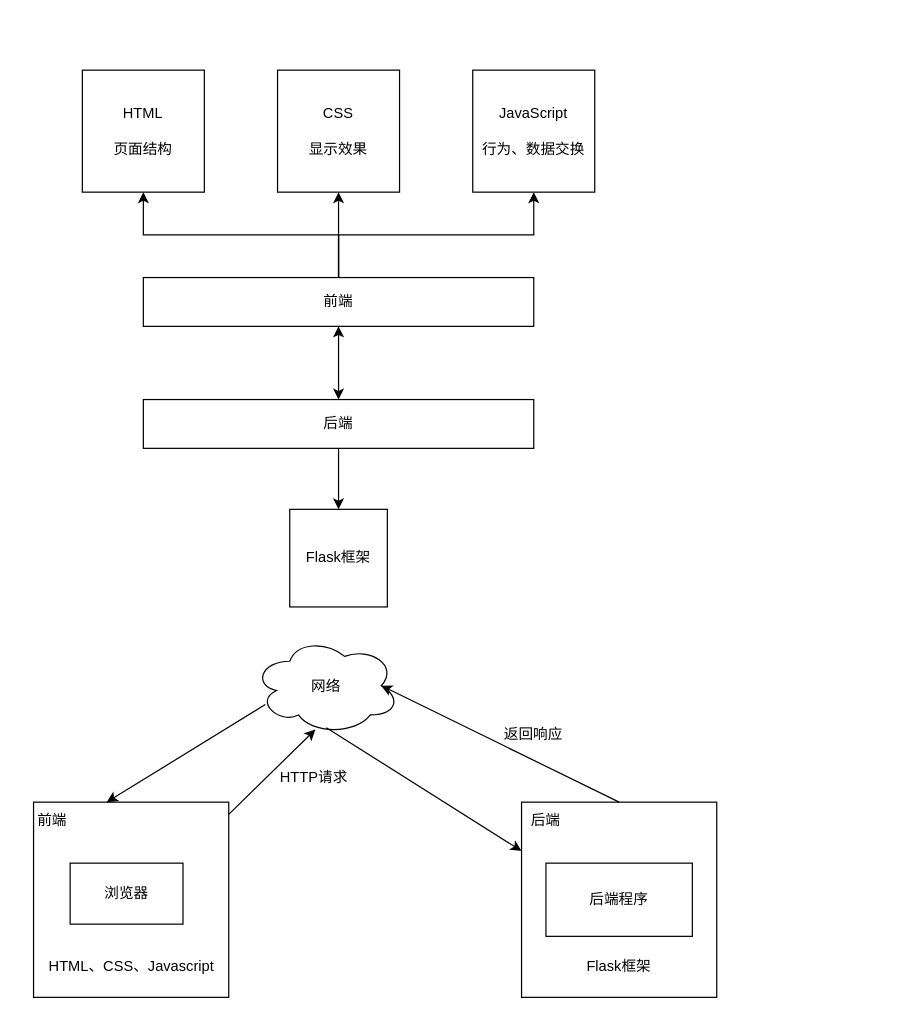
WHUT-LHT/hello-world keeps this draw.io diagram as 技术栈.drawio. Above is the earlier version. Source tidied: cells renumbered, new cells numbered last; positions are measured from the earlier drawing's top-left corner, leaving out a move shared by most shapes. Both pictures are drawn from the tidied source at 122%, with x=0, y=0 at pixel (21, 70).
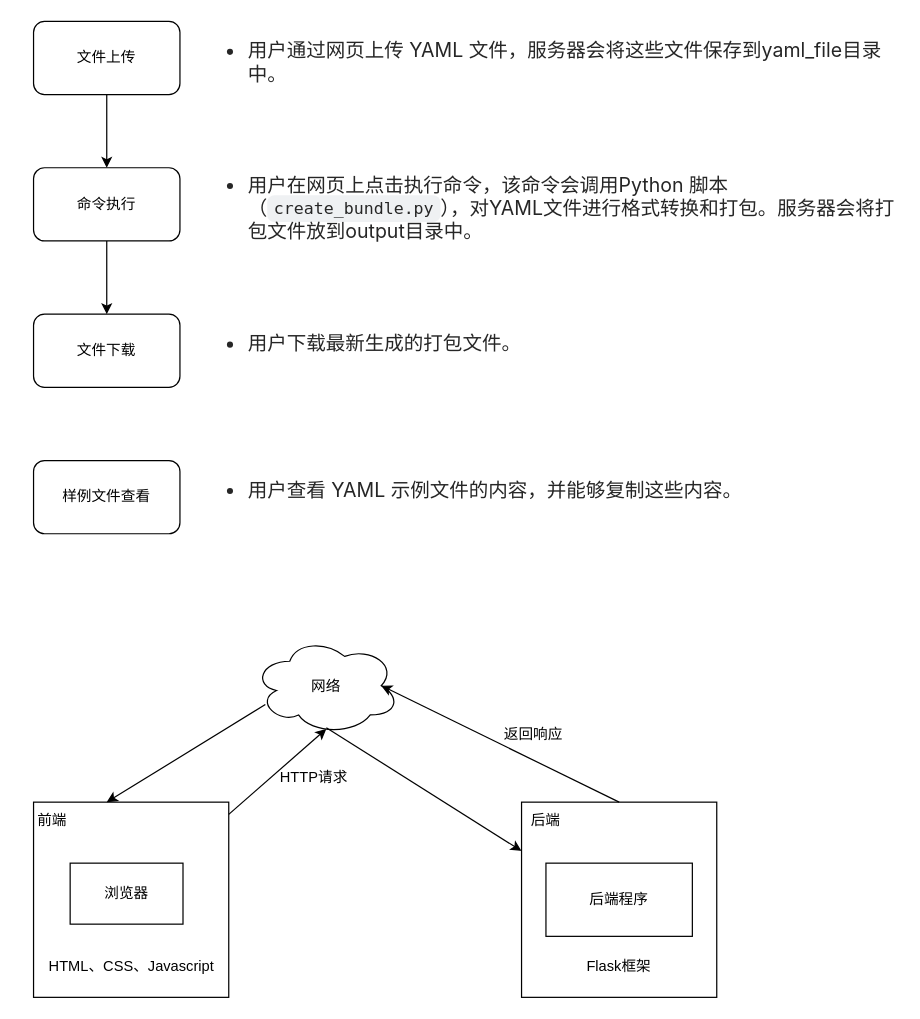
The same diagram, later.

Commit message (it also covers changes not shown here):
更新技术栈.drawio

Unchanged cells that the change refers to:
```xml
<mxCell id="17" value="网络" style="ellipse;shape=cloud;whiteSpace=wrap;html=1;" parent="1" vertex="1">
  <mxGeometry x="190" y="464.5" width="120" height="80" as="geometry" />
</mxCell>
```

What changed in the source:
```diff
@@
-    <mxCell id="2" value="HTML&lt;div&gt;&lt;br&gt;页面结构&lt;/div&gt;" style="whiteSpace=wrap;html=1;" parent="1" vertex="1">
-      <mxGeometry x="50" width="100" height="100" as="geometry" />
-    </mxCell>
-    <mxCell id="3" value="CSS&lt;div&gt;&lt;br&gt;&lt;div&gt;显示效果&lt;/div&gt;&lt;/div&gt;" style="whiteSpace=wrap;html=1;" parent="1" vertex="1">
-      <mxGeometry x="210" width="100" height="100" as="geometry" />
-    </mxCell>
-    <mxCell id="4" value="JavaScript&lt;div&gt;&lt;br&gt;&lt;div&gt;行为、数据交换&lt;/div&gt;&lt;/div&gt;" style="whiteSpace=wrap;html=1;" parent="1" vertex="1">
-      <mxGeometry x="370" width="100" height="100" as="geometry" />
-    </mxCell>
-    <mxCell id="5" style="edgeStyle=orthogonalEdgeStyle;rounded=0;jettySize=auto;html=1;entryX=0.5;entryY=1;entryDx=0;entryDy=0;" parent="1" edge="1" source="6" target="3">
-      <mxGeometry relative="1" as="geometry" />
-    </mxCell>
-    <mxCell id="6" value="前端" style="rounded=0;whiteSpace=wrap;html=1;" parent="1" vertex="1">
-      <mxGeometry x="100" y="170" width="320" height="40" as="geometry" />
-    </mxCell>
-    <mxCell id="7" style="endArrow=classic;html=1;rounded=0;exitX=0.5;exitY=0;exitDx=0;exitDy=0;entryX=0.5;entryY=1;entryDx=0;entryDy=0;edgeStyle=orthogonalEdgeStyle;" parent="1" edge="1" source="6" target="2">
-      <mxGeometry relative="1" as="geometry" />
-    </mxCell>
-    <mxCell id="8" style="endArrow=classic;html=1;rounded=0;entryX=0.5;entryY=1;entryDx=0;entryDy=0;exitX=0.5;exitY=0;exitDx=0;exitDy=0;edgeStyle=orthogonalEdgeStyle;" parent="1" edge="1" source="6" target="4">
-      <mxGeometry relative="1" as="geometry" />
-    </mxCell>
-    <mxCell id="9" value="后端" style="rounded=0;whiteSpace=wrap;html=1;" parent="1" vertex="1">
-      <mxGeometry x="100" y="270" width="320" height="40" as="geometry" />
-    </mxCell>
-    <mxCell id="10" style="endArrow=classic;startArrow=classic;html=1;rounded=0;exitX=0.5;exitY=0;exitDx=0;exitDy=0;" parent="1" edge="1" source="9">
-      <mxGeometry relative="1" as="geometry">
-        <mxPoint x="260" y="210" as="targetPoint" />
-      </mxGeometry>
-    </mxCell>
-    <mxCell id="11" value="Flask框架" style="whiteSpace=wrap;html=1;" parent="1" vertex="1">
-      <mxGeometry x="220" y="360" width="80" height="80" as="geometry" />
-    </mxCell>
-    <mxCell id="12" style="endArrow=classic;html=1;rounded=0;entryX=0.5;entryY=0;entryDx=0;entryDy=0;" parent="1" edge="1" target="11">
-      <mxGeometry relative="1" as="geometry">
-        <mxPoint x="260" y="310" as="sourcePoint" />
-      </mxGeometry>
-    </mxCell>
@@
-    <mxCell id="18" style="endArrow=classic;html=1;rounded=0;entryX=0.425;entryY=0.95;entryDx=0;entryDy=0;entryPerimeter=0;" parent="1" edge="1" target="17">
+    <mxCell id="18" style="endArrow=classic;html=1;rounded=0;" parent="1" edge="1">
       <mxGeometry relative="1" as="geometry">
         <mxPoint x="170" y="610" as="sourcePoint" />
+        <mxPoint x="250" y="540" as="targetPoint" />
       </mxGeometry>
     </mxCell>
@@
+    <mxCell id="28" style="edgeStyle=orthogonalEdgeStyle;rounded=0;jettySize=auto;html=1;exitX=0.5;exitY=1;exitDx=0;exitDy=0;entryX=0.5;entryY=0;entryDx=0;entryDy=0;" parent="1" edge="1" source="29" target="31">
+      <mxGeometry relative="1" as="geometry" />
+    </mxCell>
+    <mxCell id="29" value="文件上传" style="rounded=1;whiteSpace=wrap;html=1;" parent="1" vertex="1">
+      <mxGeometry x="10" y="-40" width="120" height="60" as="geometry" />
+    </mxCell>
+    <mxCell id="30" style="edgeStyle=orthogonalEdgeStyle;rounded=0;jettySize=auto;html=1;exitX=0.5;exitY=1;exitDx=0;exitDy=0;entryX=0.5;entryY=0;entryDx=0;entryDy=0;" parent="1" edge="1" source="31" target="32">
+      <mxGeometry relative="1" as="geometry" />
+    </mxCell>
+    <mxCell id="31" value="命令执行" style="rounded=1;whiteSpace=wrap;html=1;" parent="1" vertex="1">
+      <mxGeometry x="10" y="80" width="120" height="60" as="geometry" />
+    </mxCell>
+    <mxCell id="32" value="文件下载" style="rounded=1;whiteSpace=wrap;html=1;" parent="1" vertex="1">
+      <mxGeometry x="10" y="200" width="120" height="60" as="geometry" />
+    </mxCell>
+    <mxCell id="33" value="&lt;ul style=&quot;forced-color-adjust: none; color: rgb(38, 38, 38); font-family: -apple-system, &amp;quot;system-ui&amp;quot;, &amp;quot;Helvetica Neue&amp;quot;, Tahoma, &amp;quot;PingFang SC&amp;quot;, &amp;quot;Microsoft Yahei&amp;quot;, Arial, &amp;quot;Hiragino Sans GB&amp;quot;, sans-serif, &amp;quot;Apple Color Emoji&amp;quot;, &amp;quot;Segoe UI Emoji&amp;quot;, &amp;quot;Segoe UI Symbol&amp;quot;, &amp;quot;Noto Color Emoji&amp;quot;; font-size: 16px; font-style: normal; font-variant-ligatures: normal; font-variant-caps: normal; font-weight: 400; letter-spacing: normal; orphans: 2; text-align: left; text-indent: 0px; text-transform: none; widows: 2; word-spacing: 0px; -webkit-text-stroke-width: 0px; white-space: normal; background-color: rgb(255, 255, 255); text-decoration-thickness: initial; text-decoration-style: initial; text-decoration-color: initial; box-sizing: border-box; --tw-border-spacing-x: 0; --tw-border-spacing-y: 0; --tw-translate-x: 0; --tw-translate-y: 0; --tw-rotate: 0; --tw-skew-x: 0; --tw-skew-y: 0; --tw-scale-x: 1; --tw-scale-y: 1; --tw-scroll-snap-strictness: proximity; --tw-ring-offset-width: 0px; --tw-ring-offset-color: #fff; --tw-ring-color: rgba(59,130,246,.5); --tw-ring-offset-shadow: 0 0 transparent; --tw-ring-shadow: 0 0 transparent; --tw-shadow: 0 0 transparent; --tw-shadow-colored: 0 0 transparent; list-style-type: disc; margin: 0px; padding: 0px 0px 0px 1.5em;&quot;&gt;&lt;li style=&quot;forced-color-adjust: none; box-sizing: border-box; --tw-border-spacing-x: 0; --tw-border-spacing-y: 0; --tw-translate-x: 0; --tw-translate-y: 0; --tw-rotate: 0; --tw-skew-x: 0; --tw-skew-y: 0; --tw-scale-x: 1; --tw-scale-y: 1; --tw-scroll-snap-strictness: proximity; --tw-ring-offset-width: 0px; --tw-ring-offset-color: #fff; --tw-ring-color: rgba(59,130,246,.5); --tw-ring-offset-shadow: 0 0 transparent; --tw-ring-shadow: 0 0 transparent; --tw-shadow: 0 0 transparent; --tw-shadow-colored: 0 0 transparent; margin: 8px 0px; padding: 0px;&quot;&gt;用户通过网页上传 YAML 文件，服务器会将这些文件保存到yaml_file目录中。&lt;/li&gt;&lt;/ul&gt;" style="text;whiteSpace=wrap;html=1;" parent="1" vertex="1">
+      <mxGeometry x="160" y="-40" width="560" height="80" as="geometry" />
+    </mxCell>
+    <mxCell id="34" value="&lt;ul style=&quot;box-sizing: border-box; --tw-border-spacing-x: 0; --tw-border-spacing-y: 0; --tw-translate-x: 0; --tw-translate-y: 0; --tw-rotate: 0; --tw-skew-x: 0; --tw-skew-y: 0; --tw-scale-x: 1; --tw-scale-y: 1; --tw-scroll-snap-strictness: proximity; --tw-ring-offset-width: 0px; --tw-ring-offset-color: #fff; --tw-ring-color: rgba(59,130,246,.5); --tw-ring-offset-shadow: 0 0 transparent; --tw-ring-shadow: 0 0 transparent; --tw-shadow: 0 0 transparent; --tw-shadow-colored: 0 0 transparent; list-style-type: disc; margin: 0px; padding: 0px 0px 0px 1.5em; white-space: normal; color: rgb(38, 38, 38); font-family: -apple-system, &amp;quot;system-ui&amp;quot;, &amp;quot;Helvetica Neue&amp;quot;, Tahoma, &amp;quot;PingFang SC&amp;quot;, &amp;quot;Microsoft Yahei&amp;quot;, Arial, &amp;quot;Hiragino Sans GB&amp;quot;, sans-serif, &amp;quot;Apple Color Emoji&amp;quot;, &amp;quot;Segoe UI Emoji&amp;quot;, &amp;quot;Segoe UI Symbol&amp;quot;, &amp;quot;Noto Color Emoji&amp;quot;; font-size: 16px; font-style: normal; font-variant-ligatures: normal; font-variant-caps: normal; font-weight: 400; letter-spacing: normal; orphans: 2; text-align: left; text-indent: 0px; text-transform: none; widows: 2; word-spacing: 0px; -webkit-text-stroke-width: 0px; background-color: rgb(255, 255, 255); text-decoration-thickness: initial; text-decoration-style: initial; text-decoration-color: initial;&quot;&gt;&lt;li style=&quot;box-sizing: border-box; --tw-border-spacing-x: 0; --tw-border-spacing-y: 0; --tw-translate-x: 0; --tw-translate-y: 0; --tw-rotate: 0; --tw-skew-x: 0; --tw-skew-y: 0; --tw-scale-x: 1; --tw-scale-y: 1; --tw-scroll-snap-strictness: proximity; --tw-ring-offset-width: 0px; --tw-ring-offset-color: #fff; --tw-ring-color: rgba(59,130,246,.5); --tw-ring-offset-shadow: 0 0 transparent; --tw-ring-shadow: 0 0 transparent; --tw-shadow: 0 0 transparent; --tw-shadow-colored: 0 0 transparent; margin: 8px 0px; padding: 0px;&quot;&gt;用户在网页上点击执行命令，该命令会调用Python 脚本（&lt;code style=&quot;box-sizing: border-box; --tw-border-spacing-x: 0; --tw-border-spacing-y: 0; --tw-translate-x: 0; --tw-translate-y: 0; --tw-rotate: 0; --tw-skew-x: 0; --tw-skew-y: 0; --tw-scale-x: 1; --tw-scale-y: 1; --tw-scroll-snap-strictness: proximity; --tw-ring-offset-width: 0px; --tw-ring-offset-color: #fff; --tw-ring-color: rgba(59,130,246,.5); --tw-ring-offset-shadow: 0 0 transparent; --tw-ring-shadow: 0 0 transparent; --tw-shadow: 0 0 transparent; --tw-shadow-colored: 0 0 transparent; margin: 0px; padding: 0.2em 0.4em; font-family: ui-monospace, SFMono-Regular, &amp;quot;SF Mono&amp;quot;, Menlo, Consolas, &amp;quot;Liberation Mono&amp;quot;, monospace; font-size: 13.6px; background-color: rgba(175, 184, 193, 0.2); border-radius: 6px;&quot;&gt;create_bundle.py&lt;/code&gt;），对YAML文件进行格式转换和打包。服务器会将打包文件放到output目录中。&lt;/li&gt;&lt;/ul&gt;" style="text;whiteSpace=wrap;html=1;" parent="1" vertex="1">
+      <mxGeometry x="160" y="70" width="560" height="100" as="geometry" />
+    </mxCell>
+    <mxCell id="35" value="&lt;ul style=&quot;box-sizing: border-box; --tw-border-spacing-x: 0; --tw-border-spacing-y: 0; --tw-translate-x: 0; --tw-translate-y: 0; --tw-rotate: 0; --tw-skew-x: 0; --tw-skew-y: 0; --tw-scale-x: 1; --tw-scale-y: 1; --tw-scroll-snap-strictness: proximity; --tw-ring-offset-width: 0px; --tw-ring-offset-color: #fff; --tw-ring-color: rgba(59,130,246,.5); --tw-ring-offset-shadow: 0 0 transparent; --tw-ring-shadow: 0 0 transparent; --tw-shadow: 0 0 transparent; --tw-shadow-colored: 0 0 transparent; list-style-type: disc; margin: 0px; padding: 0px 0px 0px 1.5em; white-space: normal; color: rgb(38, 38, 38); font-family: -apple-system, &amp;quot;system-ui&amp;quot;, &amp;quot;Helvetica Neue&amp;quot;, Tahoma, &amp;quot;PingFang SC&amp;quot;, &amp;quot;Microsoft Yahei&amp;quot;, Arial, &amp;quot;Hiragino Sans GB&amp;quot;, sans-serif, &amp;quot;Apple Color Emoji&amp;quot;, &amp;quot;Segoe UI Emoji&amp;quot;, &amp;quot;Segoe UI Symbol&amp;quot;, &amp;quot;Noto Color Emoji&amp;quot;; font-size: 16px; font-style: normal; font-variant-ligatures: normal; font-variant-caps: normal; font-weight: 400; letter-spacing: normal; orphans: 2; text-align: left; text-indent: 0px; text-transform: none; widows: 2; word-spacing: 0px; -webkit-text-stroke-width: 0px; background-color: rgb(255, 255, 255); text-decoration-thickness: initial; text-decoration-style: initial; text-decoration-color: initial;&quot;&gt;&lt;li style=&quot;box-sizing: border-box; --tw-border-spacing-x: 0; --tw-border-spacing-y: 0; --tw-translate-x: 0; --tw-translate-y: 0; --tw-rotate: 0; --tw-skew-x: 0; --tw-skew-y: 0; --tw-scale-x: 1; --tw-scale-y: 1; --tw-scroll-snap-strictness: proximity; --tw-ring-offset-width: 0px; --tw-ring-offset-color: #fff; --tw-ring-color: rgba(59,130,246,.5); --tw-ring-offset-shadow: 0 0 transparent; --tw-ring-shadow: 0 0 transparent; --tw-shadow: 0 0 transparent; --tw-shadow-colored: 0 0 transparent; margin: 8px 0px; padding: 0px;&quot;&gt;用户下载最新生成的打包文件。&lt;/li&gt;&lt;/ul&gt;" style="text;whiteSpace=wrap;html=1;" parent="1" vertex="1">
+      <mxGeometry x="160" y="200" width="560" height="80" as="geometry" />
+    </mxCell>
+    <mxCell id="36" value="样例文件查看" style="rounded=1;whiteSpace=wrap;html=1;" parent="1" vertex="1">
+      <mxGeometry x="10" y="320" width="120" height="60" as="geometry" />
+    </mxCell>
+    <mxCell id="37" value="&lt;ul style=&quot;box-sizing: border-box; --tw-border-spacing-x: 0; --tw-border-spacing-y: 0; --tw-translate-x: 0; --tw-translate-y: 0; --tw-rotate: 0; --tw-skew-x: 0; --tw-skew-y: 0; --tw-scale-x: 1; --tw-scale-y: 1; --tw-scroll-snap-strictness: proximity; --tw-ring-offset-width: 0px; --tw-ring-offset-color: #fff; --tw-ring-color: rgba(59,130,246,.5); --tw-ring-offset-shadow: 0 0 transparent; --tw-ring-shadow: 0 0 transparent; --tw-shadow: 0 0 transparent; --tw-shadow-colored: 0 0 transparent; list-style-type: disc; margin: 0px; padding: 0px 0px 0px 1.5em; white-space: normal; color: rgb(38, 38, 38); font-family: -apple-system, &amp;quot;system-ui&amp;quot;, &amp;quot;Helvetica Neue&amp;quot;, Tahoma, &amp;quot;PingFang SC&amp;quot;, &amp;quot;Microsoft Yahei&amp;quot;, Arial, &amp;quot;Hiragino Sans GB&amp;quot;, sans-serif, &amp;quot;Apple Color Emoji&amp;quot;, &amp;quot;Segoe UI Emoji&amp;quot;, &amp;quot;Segoe UI Symbol&amp;quot;, &amp;quot;Noto Color Emoji&amp;quot;; font-size: 16px; font-style: normal; font-variant-ligatures: normal; font-variant-caps: normal; font-weight: 400; letter-spacing: normal; orphans: 2; text-align: left; text-indent: 0px; text-transform: none; widows: 2; word-spacing: 0px; -webkit-text-stroke-width: 0px; background-color: rgb(255, 255, 255); text-decoration-thickness: initial; text-decoration-style: initial; text-decoration-color: initial;&quot;&gt;&lt;li style=&quot;box-sizing: border-box; --tw-border-spacing-x: 0; --tw-border-spacing-y: 0; --tw-translate-x: 0; --tw-translate-y: 0; --tw-rotate: 0; --tw-skew-x: 0; --tw-skew-y: 0; --tw-scale-x: 1; --tw-scale-y: 1; --tw-scroll-snap-strictness: proximity; --tw-ring-offset-width: 0px; --tw-ring-offset-color: #fff; --tw-ring-color: rgba(59,130,246,.5); --tw-ring-offset-shadow: 0 0 transparent; --tw-ring-shadow: 0 0 transparent; --tw-shadow: 0 0 transparent; --tw-shadow-colored: 0 0 transparent; margin: 8px 0px; padding: 0px;&quot;&gt;用户查看 YAML 示例文件的内容，并能够复制这些内容。&lt;/li&gt;&lt;/ul&gt;" style="text;whiteSpace=wrap;html=1;" parent="1" vertex="1">
+      <mxGeometry x="160" y="320" width="490" height="60" as="geometry" />
+    </mxCell>
```
